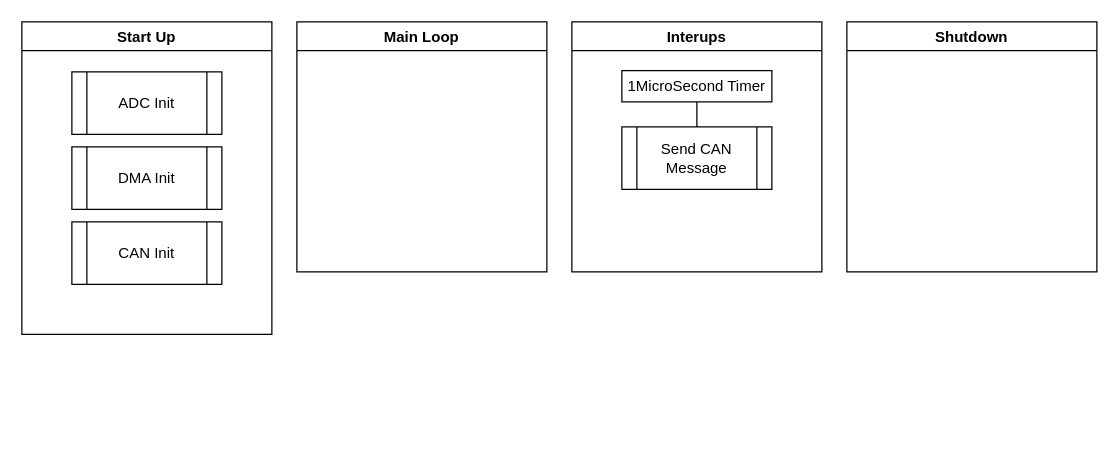
Jack17432/FSAE_steering_wheel_2022 keeps this draw.io diagram as page "Task Flow" (3 of 3) of Steering_wheel_2022.drawio. Above is the earlier version. Source tidied: cells renumbered, new cells numbered last; positions are measured from the earlier drawing's top-left corner, leaving out a move shared by most shapes. Both pictures are drawn from the tidied source at 125%, with x=0, y=0 at pixel (21, 21).
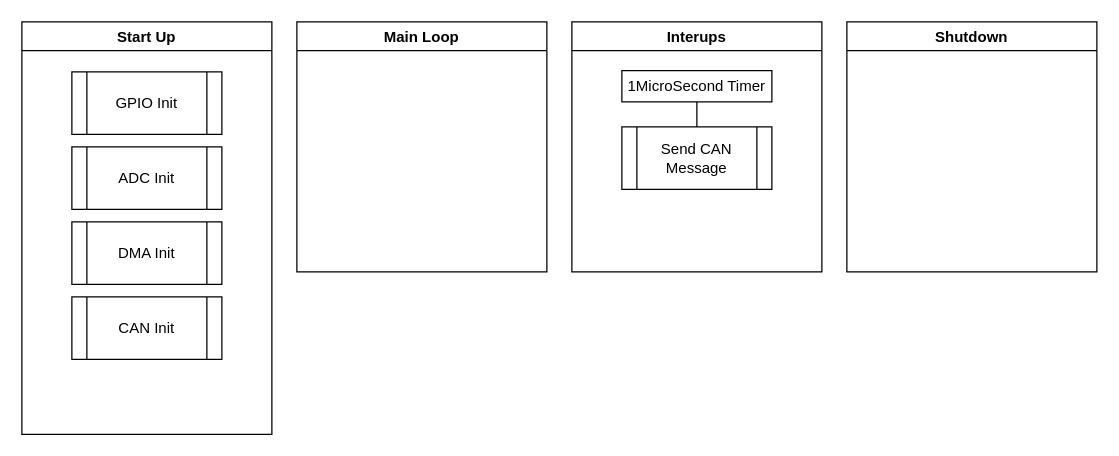
The same page after the edit.

Commit message:
added gpio init to task flow

The edit, as a diff of the source:
```diff
@@
 <mxGraphModel>
   <root>
     <mxCell id="0" />
     <mxCell id="1" parent="0" />
     <mxCell id="2" value="Start Up" style="swimlane;" parent="1" vertex="1">
-      <mxGeometry width="200" height="250" as="geometry" />
+      <mxGeometry width="200" height="330" as="geometry" />
     </mxCell>
     <mxCell id="3" value="ADC Init" style="shape=process;whiteSpace=wrap;html=1;backgroundOutline=1;" parent="2" vertex="1">
-      <mxGeometry x="40" y="40" width="120" height="50" as="geometry" />
+      <mxGeometry x="40" y="100" width="120" height="50" as="geometry" />
     </mxCell>
     <mxCell id="4" value="CAN Init" style="shape=process;whiteSpace=wrap;html=1;backgroundOutline=1;" parent="2" vertex="1">
-      <mxGeometry x="40" y="160" width="120" height="50" as="geometry" />
+      <mxGeometry x="40" y="220" width="120" height="50" as="geometry" />
     </mxCell>
     <mxCell id="5" value="DMA Init" style="shape=process;whiteSpace=wrap;html=1;backgroundOutline=1;" parent="2" vertex="1">
-      <mxGeometry x="40" y="100" width="120" height="50" as="geometry" />
+      <mxGeometry x="40" y="160" width="120" height="50" as="geometry" />
     </mxCell>
+    <mxCell id="12" value="GPIO Init" style="shape=process;whiteSpace=wrap;html=1;backgroundOutline=1;" parent="2" vertex="1">
+      <mxGeometry x="40" y="40" width="120" height="50" as="geometry" />
+    </mxCell>
     <mxCell id="6" value="Main Loop" style="swimlane;startSize=23;" parent="1" vertex="1">
       <mxGeometry x="220" width="200" height="200" as="geometry" />
     </mxCell>
     <mxCell id="7" value="Interups" style="swimlane;" parent="1" vertex="1">
       <mxGeometry x="440" width="200" height="200" as="geometry" />
     </mxCell>
     <mxCell id="8" value="Send CAN Message" style="shape=process;whiteSpace=wrap;html=1;backgroundOutline=1;" parent="7" vertex="1">
       <mxGeometry x="40" y="84" width="120" height="50" as="geometry" />
     </mxCell>
     <mxCell id="9" value="1MicroSecond Timer" style="rounded=0;whiteSpace=wrap;html=1;" parent="7" vertex="1">
       <mxGeometry x="40" y="39" width="120" height="25" as="geometry" />
     </mxCell>
     <mxCell id="10" style="endArrow=none;html=1;rounded=0;entryX=0.5;entryY=1;entryDx=0;entryDy=0;exitX=0.5;exitY=0;exitDx=0;exitDy=0;" parent="7" edge="1" source="8" target="9">
       <mxGeometry relative="1" as="geometry" />
     </mxCell>
     <mxCell id="11" value="Shutdown" style="swimlane;" parent="1" vertex="1">
       <mxGeometry x="660" width="200" height="200" as="geometry" />
     </mxCell>
   </root>
 </mxGraphModel>
```
